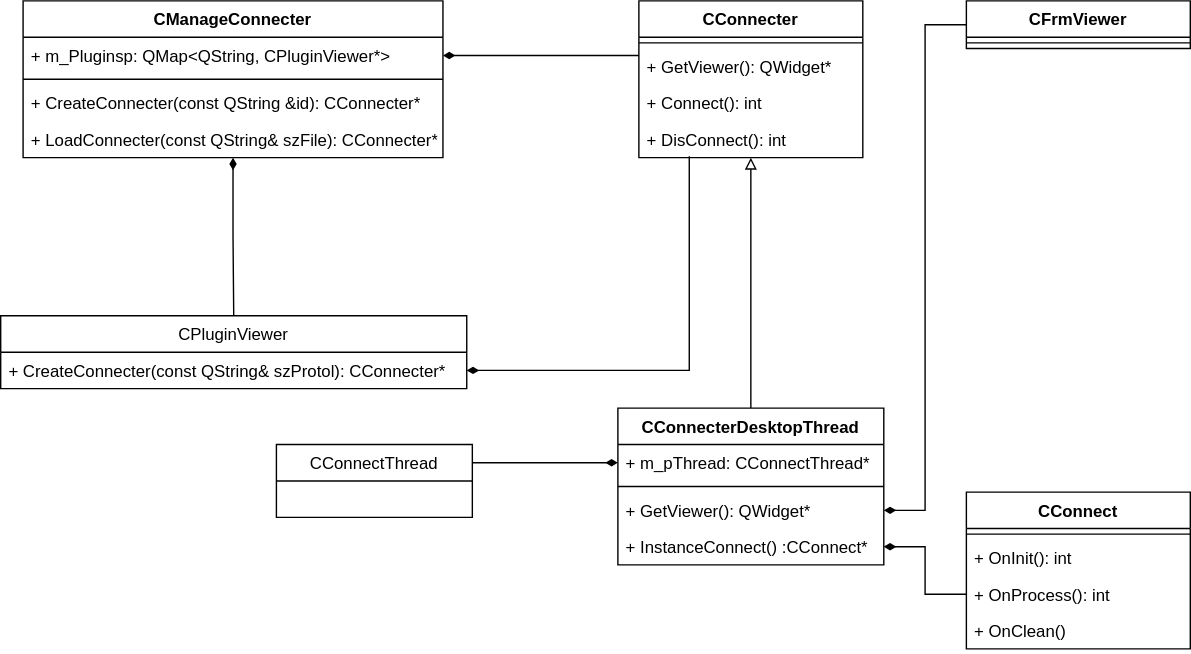
KangLin/RabbitRemoteControl keeps this draw.io diagram as docs/Image/PluginViewerAPI.svg. Above is the earlier version. Source tidied: cells renumbered, new cells last; positions are measured from the earlier drawing's top-left corner, leaving out a move shared by most shapes.
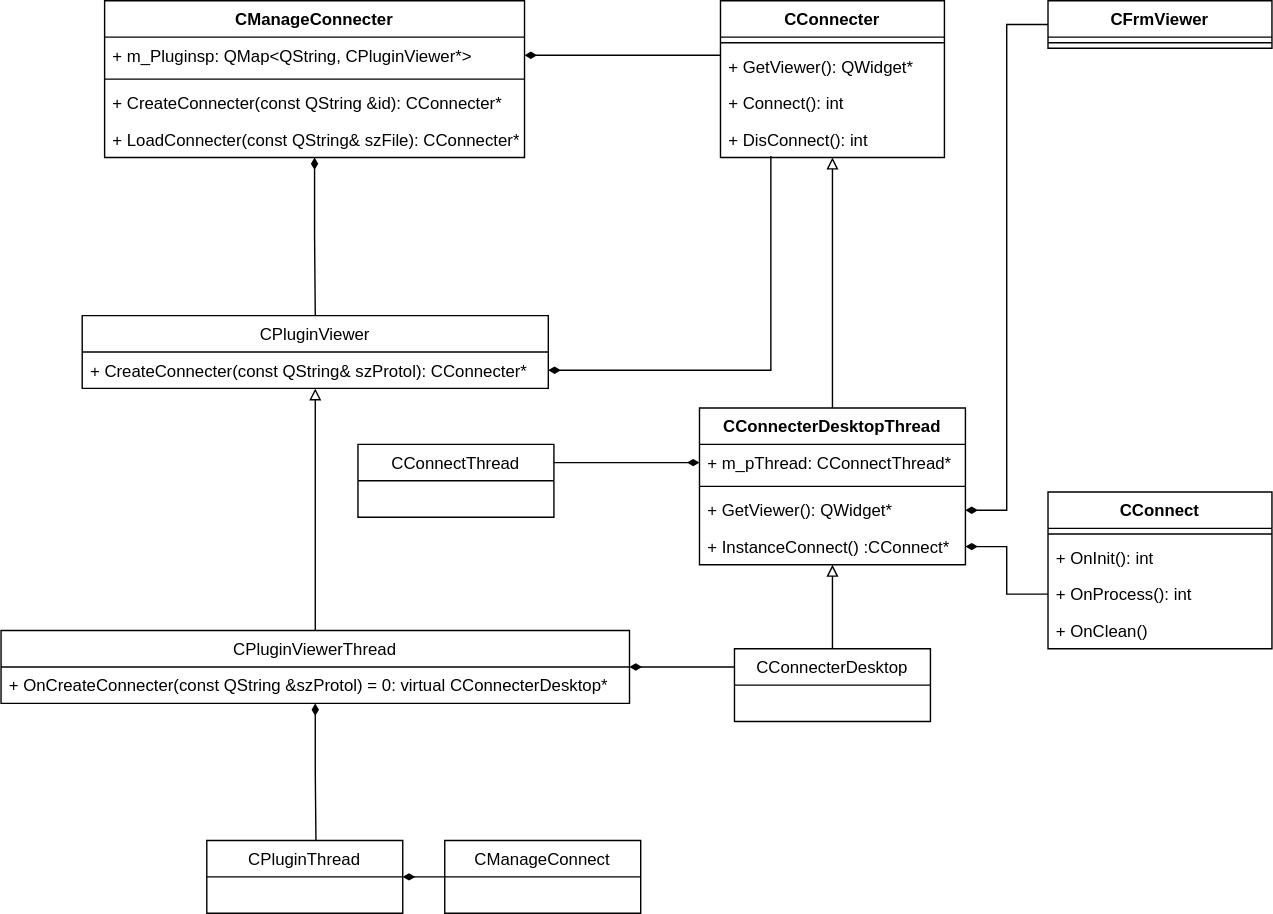
The same file after the commit.

The edit, as a diff of the source:
```diff
@@ -49,6 +49,9 @@
     <mxCell id="16" style="edgeStyle=orthogonalEdgeStyle;rounded=0;jettySize=auto;html=1;entryX=1;entryY=0.25;entryDx=0;entryDy=0;startArrow=diamondThin;startFill=1;endArrow=none;endFill=0;exitX=0;exitY=0.5;exitDx=0;exitDy=0;" parent="1" edge="1" source="18" target="33">
       <mxGeometry relative="1" as="geometry" />
     </mxCell>
+    <mxCell id="34" style="edgeStyle=orthogonalEdgeStyle;rounded=0;jettySize=auto;html=1;entryX=0.5;entryY=0;entryDx=0;entryDy=0;startArrow=block;startFill=0;endArrow=none;endFill=0;" parent="1" edge="1" source="17" target="40">
+      <mxGeometry relative="1" as="geometry" />
+    </mxCell>
     <mxCell id="17" value="CConnecterDesktopThread&#10;" style="swimlane;fontStyle=1;align=center;verticalAlign=top;horizontal=1;startSize=26;" parent="1" vertex="1">
       <mxGeometry x="441" y="291" width="190" height="112" as="geometry" />
     </mxCell>
@@ -91,6 +94,9 @@
     <mxCell id="30" style="edgeStyle=orthogonalEdgeStyle;rounded=0;jettySize=auto;html=1;startArrow=diamondThin;startFill=1;endArrow=none;endFill=0;entryX=0.225;entryY=0.962;entryDx=0;entryDy=0;entryPerimeter=0;exitX=1;exitY=0.5;exitDx=0;exitDy=0;" parent="1" edge="1" source="32" target="13">
       <mxGeometry relative="1" as="geometry" />
     </mxCell>
+    <mxCell id="35" style="edgeStyle=orthogonalEdgeStyle;rounded=0;jettySize=auto;html=1;entryX=0.5;entryY=0;entryDx=0;entryDy=0;endArrow=none;endFill=0;startArrow=block;startFill=0;" parent="1" edge="1" source="31" target="38">
+      <mxGeometry relative="1" as="geometry" />
+    </mxCell>
     <mxCell id="31" value="CPluginViewer" style="swimlane;fontStyle=0;horizontal=1;startSize=26;fillColor=none;" parent="1" vertex="1">
       <mxGeometry y="225" width="333" height="52" as="geometry" />
     </mxCell>
@@ -100,5 +106,29 @@
     <mxCell id="33" value="CConnectThread" style="swimlane;fontStyle=0;horizontal=1;startSize=26;fillColor=none;" parent="1" vertex="1">
       <mxGeometry x="197" y="317" width="140" height="52" as="geometry" />
     </mxCell>
+    <mxCell id="36" style="edgeStyle=orthogonalEdgeStyle;rounded=0;jettySize=auto;html=1;entryX=0.557;entryY=0;entryDx=0;entryDy=0;entryPerimeter=0;startArrow=diamondThin;startFill=1;endArrow=none;endFill=0;" parent="1" edge="1" source="38" target="42">
+      <mxGeometry relative="1" as="geometry" />
+    </mxCell>
+    <mxCell id="37" style="edgeStyle=orthogonalEdgeStyle;rounded=0;jettySize=auto;html=1;entryX=0;entryY=0.25;entryDx=0;entryDy=0;startArrow=diamondThin;startFill=1;endArrow=none;endFill=0;" parent="1" edge="1" source="38" target="40">
+      <mxGeometry relative="1" as="geometry" />
+    </mxCell>
+    <mxCell id="38" value="CPluginViewerThread" style="swimlane;fontStyle=0;horizontal=1;startSize=26;fillColor=none;" parent="1" vertex="1">
+      <mxGeometry x="-58" y="450" width="449" height="52" as="geometry" />
+    </mxCell>
+    <mxCell id="39" value="+ OnCreateConnecter(const QString &amp;szProtol) = 0: virtual CConnecterDesktop* " style="text;strokeColor=none;fillColor=none;align=left;verticalAlign=top;spacingLeft=4;spacingRight=4;overflow=hidden;" parent="38" vertex="1">
+      <mxGeometry y="26" width="449" height="26" as="geometry" />
+    </mxCell>
+    <mxCell id="40" value="CConnecterDesktop" style="swimlane;fontStyle=0;horizontal=1;startSize=26;fillColor=none;" parent="1" vertex="1">
+      <mxGeometry x="466" y="463" width="140" height="52" as="geometry" />
+    </mxCell>
+    <mxCell id="41" style="edgeStyle=orthogonalEdgeStyle;rounded=0;jettySize=auto;html=1;entryX=0;entryY=0.5;entryDx=0;entryDy=0;startArrow=diamondThin;startFill=1;endArrow=none;endFill=0;" parent="1" edge="1" source="42" target="43">
+      <mxGeometry relative="1" as="geometry" />
+    </mxCell>
+    <mxCell id="42" value="CPluginThread" style="swimlane;fontStyle=0;horizontal=1;startSize=26;fillColor=none;" parent="1" vertex="1">
+      <mxGeometry x="89" y="600" width="140" height="52" as="geometry" />
+    </mxCell>
+    <mxCell id="43" value="CManageConnect" style="swimlane;fontStyle=0;horizontal=1;startSize=26;fillColor=none;" parent="1" vertex="1">
+      <mxGeometry x="259" y="600" width="140" height="52" as="geometry" />
+    </mxCell>
   </root>
 </mxGraphModel>
```
